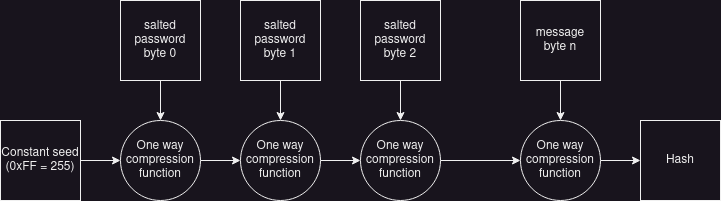
Above: img/HSSS_hash.drawio.png in sushio4/hsss_encryption (draw.io), before the change. Source tidied: cells renumbered, new cells last; positions are measured from the earlier drawing's top-left corner, leaving out a move shared by most shapes.
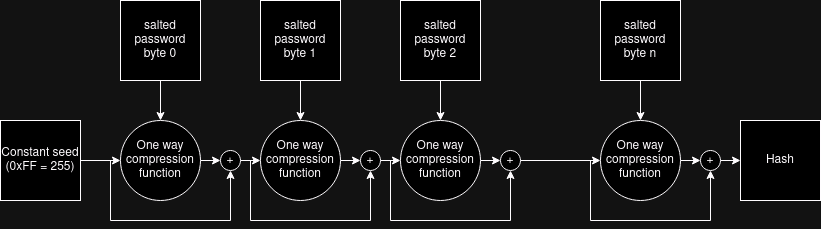
Above is the later version.

Commit message:
Corrected diagram

Diff of the diagram source:
```diff
@@ -12,22 +12,22 @@
       <mxGeometry relative="1" as="geometry" />
     </mxCell>
     <mxCell id="5" value="&lt;div&gt;salted password&lt;br&gt;&lt;/div&gt;&lt;div&gt;byte 1&lt;br&gt;&lt;/div&gt;" style="rounded=0;whiteSpace=wrap;html=1;" parent="1" vertex="1">
-      <mxGeometry x="240" width="80" height="80" as="geometry" />
+      <mxGeometry x="260" width="80" height="80" as="geometry" />
     </mxCell>
     <mxCell id="6" value="Hash" style="rounded=0;whiteSpace=wrap;html=1;" parent="1" vertex="1">
-      <mxGeometry x="640" y="120" width="80" height="80" as="geometry" />
+      <mxGeometry x="740" y="120" width="80" height="80" as="geometry" />
     </mxCell>
     <mxCell id="7" style="edgeStyle=orthogonalEdgeStyle;rounded=0;jettySize=auto;html=1;exitX=0.5;exitY=1;exitDx=0;exitDy=0;entryX=0.5;entryY=0;entryDx=0;entryDy=0;" parent="1" edge="1" source="8" target="18">
       <mxGeometry relative="1" as="geometry" />
     </mxCell>
     <mxCell id="8" value="&lt;div&gt;salted password&lt;br&gt;&lt;/div&gt;&lt;div&gt;byte 2&lt;br&gt;&lt;/div&gt;" style="rounded=0;whiteSpace=wrap;html=1;" parent="1" vertex="1">
-      <mxGeometry x="360" width="80" height="80" as="geometry" />
+      <mxGeometry x="400" width="80" height="80" as="geometry" />
     </mxCell>
     <mxCell id="9" style="edgeStyle=orthogonalEdgeStyle;rounded=0;jettySize=auto;html=1;exitX=0.5;exitY=1;exitDx=0;exitDy=0;entryX=0.5;entryY=0;entryDx=0;entryDy=0;" parent="1" edge="1" source="10" target="20">
       <mxGeometry relative="1" as="geometry" />
     </mxCell>
-    <mxCell id="10" value="&lt;div&gt;message&lt;/div&gt;&lt;div&gt;byte n&lt;br&gt;&lt;/div&gt;" style="rounded=0;whiteSpace=wrap;html=1;" parent="1" vertex="1">
-      <mxGeometry x="520" width="80" height="80" as="geometry" />
+    <mxCell id="10" value="&lt;div&gt;salted password&lt;br&gt;&lt;/div&gt;&lt;div&gt;byte n&lt;br&gt;&lt;/div&gt;" style="rounded=0;whiteSpace=wrap;html=1;" parent="1" vertex="1">
+      <mxGeometry x="600" width="80" height="80" as="geometry" />
     </mxCell>
     <mxCell id="11" style="edgeStyle=orthogonalEdgeStyle;rounded=0;jettySize=auto;html=1;exitX=1;exitY=0.5;exitDx=0;exitDy=0;entryX=0;entryY=0.5;entryDx=0;entryDy=0;" parent="1" edge="1" source="12" target="14">
       <mxGeometry relative="1" as="geometry" />
@@ -35,29 +35,131 @@
     <mxCell id="12" value="Constant seed (0xFF = 255)" style="rounded=0;whiteSpace=wrap;html=1;" parent="1" vertex="1">
       <mxGeometry y="120" width="80" height="80" as="geometry" />
     </mxCell>
-    <mxCell id="13" style="edgeStyle=orthogonalEdgeStyle;rounded=0;jettySize=auto;html=1;exitX=1;exitY=0.5;exitDx=0;exitDy=0;entryX=0;entryY=0.5;entryDx=0;entryDy=0;" parent="1" edge="1" source="14" target="16">
+    <mxCell id="13" style="edgeStyle=orthogonalEdgeStyle;rounded=0;jettySize=auto;html=1;exitX=1;exitY=0.5;exitDx=0;exitDy=0;entryX=0;entryY=0.5;entryDx=0;entryDy=0;" parent="1" edge="1" source="14" target="23">
       <mxGeometry relative="1" as="geometry" />
     </mxCell>
     <mxCell id="14" value="One way compression function" style="ellipse;whiteSpace=wrap;html=1;" parent="1" vertex="1">
       <mxGeometry x="120" y="120" width="80" height="80" as="geometry" />
     </mxCell>
-    <mxCell id="15" style="edgeStyle=orthogonalEdgeStyle;rounded=0;jettySize=auto;html=1;exitX=1;exitY=0.5;exitDx=0;exitDy=0;entryX=0;entryY=0.5;entryDx=0;entryDy=0;" parent="1" edge="1" source="16" target="18">
-      <mxGeometry relative="1" as="geometry" />
+    <mxCell id="15" style="edgeStyle=orthogonalEdgeStyle;rounded=0;jettySize=auto;html=1;exitX=1;exitY=0.5;exitDx=0;exitDy=0;" parent="1" edge="1" source="16">
+      <mxGeometry relative="1" as="geometry">
+        <mxPoint x="360" y="160" as="targetPoint" />
+      </mxGeometry>
     </mxCell>
     <mxCell id="16" value="One way compression function" style="ellipse;whiteSpace=wrap;html=1;" parent="1" vertex="1">
-      <mxGeometry x="240" y="120" width="80" height="80" as="geometry" />
+      <mxGeometry x="260" y="120" width="80" height="80" as="geometry" />
     </mxCell>
-    <mxCell id="17" style="edgeStyle=orthogonalEdgeStyle;rounded=0;jettySize=auto;html=1;exitX=1;exitY=0.5;exitDx=0;exitDy=0;entryX=0;entryY=0.5;entryDx=0;entryDy=0;" parent="1" edge="1" source="18" target="20">
-      <mxGeometry relative="1" as="geometry" />
+    <mxCell id="17" style="edgeStyle=orthogonalEdgeStyle;rounded=0;jettySize=auto;html=1;exitX=1;exitY=0.5;exitDx=0;exitDy=0;" parent="1" edge="1" source="18">
+      <mxGeometry relative="1" as="geometry">
+        <mxPoint x="500" y="160" as="targetPoint" />
+      </mxGeometry>
     </mxCell>
     <mxCell id="18" value="One way compression function" style="ellipse;whiteSpace=wrap;html=1;" parent="1" vertex="1">
-      <mxGeometry x="360" y="120" width="80" height="80" as="geometry" />
+      <mxGeometry x="400" y="120" width="80" height="80" as="geometry" />
     </mxCell>
-    <mxCell id="19" style="edgeStyle=orthogonalEdgeStyle;rounded=0;jettySize=auto;html=1;exitX=1;exitY=0.5;exitDx=0;exitDy=0;entryX=0;entryY=0.5;entryDx=0;entryDy=0;" parent="1" edge="1" source="20" target="6">
-      <mxGeometry relative="1" as="geometry" />
+    <mxCell id="19" style="edgeStyle=orthogonalEdgeStyle;rounded=0;jettySize=auto;html=1;exitX=1;exitY=0.5;exitDx=0;exitDy=0;" parent="1" edge="1" source="20">
+      <mxGeometry relative="1" as="geometry">
+        <mxPoint x="700" y="160" as="targetPoint" />
+      </mxGeometry>
     </mxCell>
     <mxCell id="20" value="One way compression function" style="ellipse;whiteSpace=wrap;html=1;" parent="1" vertex="1">
-      <mxGeometry x="520" y="120" width="80" height="80" as="geometry" />
+      <mxGeometry x="600" y="120" width="80" height="80" as="geometry" />
     </mxCell>
+    <mxCell id="21" style="endArrow=none;html=1;rounded=0;" parent="1" edge="1">
+      <mxGeometry relative="1" as="geometry">
+        <mxPoint x="110" y="220" as="sourcePoint" />
+        <mxPoint x="110" y="160" as="targetPoint" />
+      </mxGeometry>
+    </mxCell>
+    <mxCell id="22" style="edgeStyle=orthogonalEdgeStyle;rounded=0;jettySize=auto;html=1;exitX=1;exitY=0.5;exitDx=0;exitDy=0;entryX=0;entryY=0.5;entryDx=0;entryDy=0;" parent="1" edge="1" source="23" target="16">
+      <mxGeometry relative="1" as="geometry" />
+    </mxCell>
+    <mxCell id="23" value="+" style="ellipse;whiteSpace=wrap;html=1;" parent="1" vertex="1">
+      <mxGeometry x="220" y="150" width="20" height="20" as="geometry" />
+    </mxCell>
+    <mxCell id="24" style="endArrow=none;html=1;rounded=0;" parent="1" edge="1">
+      <mxGeometry relative="1" as="geometry">
+        <mxPoint x="110" y="220" as="sourcePoint" />
+        <mxPoint x="230" y="220" as="targetPoint" />
+      </mxGeometry>
+    </mxCell>
+    <mxCell id="25" style="endArrow=classic;html=1;rounded=0;entryX=0.5;entryY=1;entryDx=0;entryDy=0;" parent="1" edge="1" target="23">
+      <mxGeometry relative="1" as="geometry">
+        <mxPoint x="230" y="220" as="sourcePoint" />
+      </mxGeometry>
+    </mxCell>
+    <mxCell id="26" style="endArrow=none;html=1;rounded=0;" parent="1" edge="1">
+      <mxGeometry relative="1" as="geometry">
+        <mxPoint x="250" y="220" as="sourcePoint" />
+        <mxPoint x="250" y="160" as="targetPoint" />
+      </mxGeometry>
+    </mxCell>
+    <mxCell id="27" style="edgeStyle=orthogonalEdgeStyle;rounded=0;jettySize=auto;html=1;exitX=1;exitY=0.5;exitDx=0;exitDy=0;entryX=0;entryY=0.5;entryDx=0;entryDy=0;" parent="1" edge="1" source="28">
+      <mxGeometry relative="1" as="geometry">
+        <mxPoint x="400" y="160" as="targetPoint" />
+      </mxGeometry>
+    </mxCell>
+    <mxCell id="28" value="+" style="ellipse;whiteSpace=wrap;html=1;" parent="1" vertex="1">
+      <mxGeometry x="360" y="150" width="20" height="20" as="geometry" />
+    </mxCell>
+    <mxCell id="29" style="endArrow=none;html=1;rounded=0;" parent="1" edge="1">
+      <mxGeometry relative="1" as="geometry">
+        <mxPoint x="250" y="220" as="sourcePoint" />
+        <mxPoint x="370" y="220" as="targetPoint" />
+      </mxGeometry>
+    </mxCell>
+    <mxCell id="30" style="endArrow=classic;html=1;rounded=0;entryX=0.5;entryY=1;entryDx=0;entryDy=0;" parent="1" edge="1" target="28">
+      <mxGeometry relative="1" as="geometry">
+        <mxPoint x="370" y="220" as="sourcePoint" />
+      </mxGeometry>
+    </mxCell>
+    <mxCell id="31" style="endArrow=none;html=1;rounded=0;" parent="1" edge="1">
+      <mxGeometry relative="1" as="geometry">
+        <mxPoint x="390" y="220" as="sourcePoint" />
+        <mxPoint x="390" y="160" as="targetPoint" />
+      </mxGeometry>
+    </mxCell>
+    <mxCell id="32" style="edgeStyle=orthogonalEdgeStyle;rounded=0;jettySize=auto;html=1;exitX=1;exitY=0.5;exitDx=0;exitDy=0;entryX=0;entryY=0.5;entryDx=0;entryDy=0;" parent="1" edge="1" source="33" target="20">
+      <mxGeometry relative="1" as="geometry" />
+    </mxCell>
+    <mxCell id="33" value="+" style="ellipse;whiteSpace=wrap;html=1;" parent="1" vertex="1">
+      <mxGeometry x="500" y="150" width="20" height="20" as="geometry" />
+    </mxCell>
+    <mxCell id="34" style="endArrow=none;html=1;rounded=0;" parent="1" edge="1">
+      <mxGeometry relative="1" as="geometry">
+        <mxPoint x="390" y="220" as="sourcePoint" />
+        <mxPoint x="510" y="220" as="targetPoint" />
+      </mxGeometry>
+    </mxCell>
+    <mxCell id="35" style="endArrow=classic;html=1;rounded=0;entryX=0.5;entryY=1;entryDx=0;entryDy=0;" parent="1" edge="1" target="33">
+      <mxGeometry relative="1" as="geometry">
+        <mxPoint x="510" y="220" as="sourcePoint" />
+      </mxGeometry>
+    </mxCell>
+    <mxCell id="36" style="endArrow=none;html=1;rounded=0;" parent="1" edge="1">
+      <mxGeometry relative="1" as="geometry">
+        <mxPoint x="590" y="220" as="sourcePoint" />
+        <mxPoint x="590" y="160" as="targetPoint" />
+      </mxGeometry>
+    </mxCell>
+    <mxCell id="37" style="edgeStyle=orthogonalEdgeStyle;rounded=0;jettySize=auto;html=1;exitX=1;exitY=0.5;exitDx=0;exitDy=0;entryX=0;entryY=0.5;entryDx=0;entryDy=0;" parent="1" edge="1" source="38">
+      <mxGeometry relative="1" as="geometry">
+        <mxPoint x="740" y="160" as="targetPoint" />
+      </mxGeometry>
+    </mxCell>
+    <mxCell id="38" value="+" style="ellipse;whiteSpace=wrap;html=1;" parent="1" vertex="1">
+      <mxGeometry x="700" y="150" width="20" height="20" as="geometry" />
+    </mxCell>
+    <mxCell id="39" style="endArrow=none;html=1;rounded=0;" parent="1" edge="1">
+      <mxGeometry relative="1" as="geometry">
+        <mxPoint x="590" y="220" as="sourcePoint" />
+        <mxPoint x="710" y="220" as="targetPoint" />
+      </mxGeometry>
+    </mxCell>
+    <mxCell id="40" style="endArrow=classic;html=1;rounded=0;entryX=0.5;entryY=1;entryDx=0;entryDy=0;" parent="1" edge="1" target="38">
+      <mxGeometry relative="1" as="geometry">
+        <mxPoint x="710" y="220" as="sourcePoint" />
+      </mxGeometry>
+    </mxCell>
   </root>
 </mxGraphModel>
```
